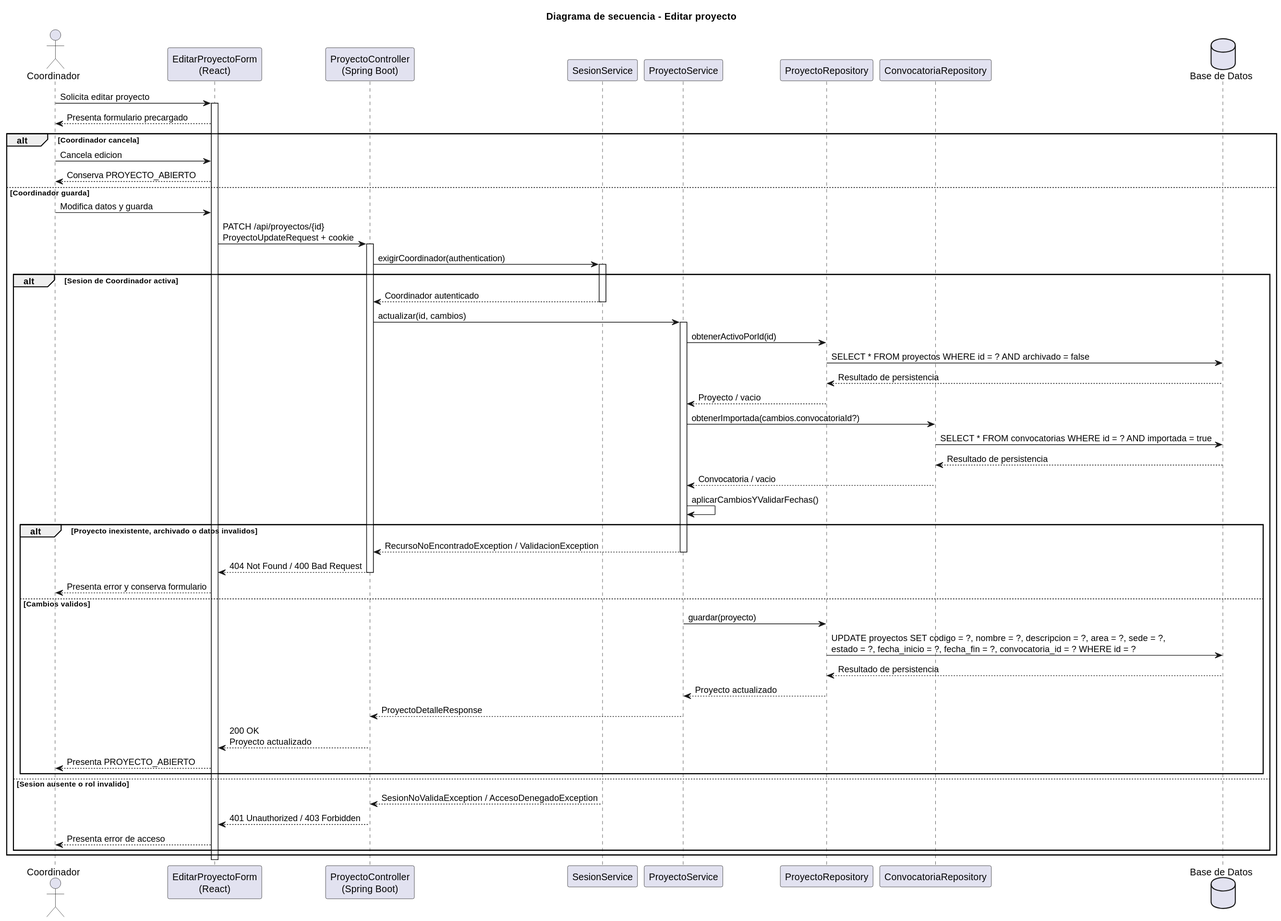
Above: images/RUP/02-diseño/casos-uso/coordinador/editarProyecto/secuencia.svg in beatriizorozco/25-26-idsw2-sdVC (PlantUML), before the change.
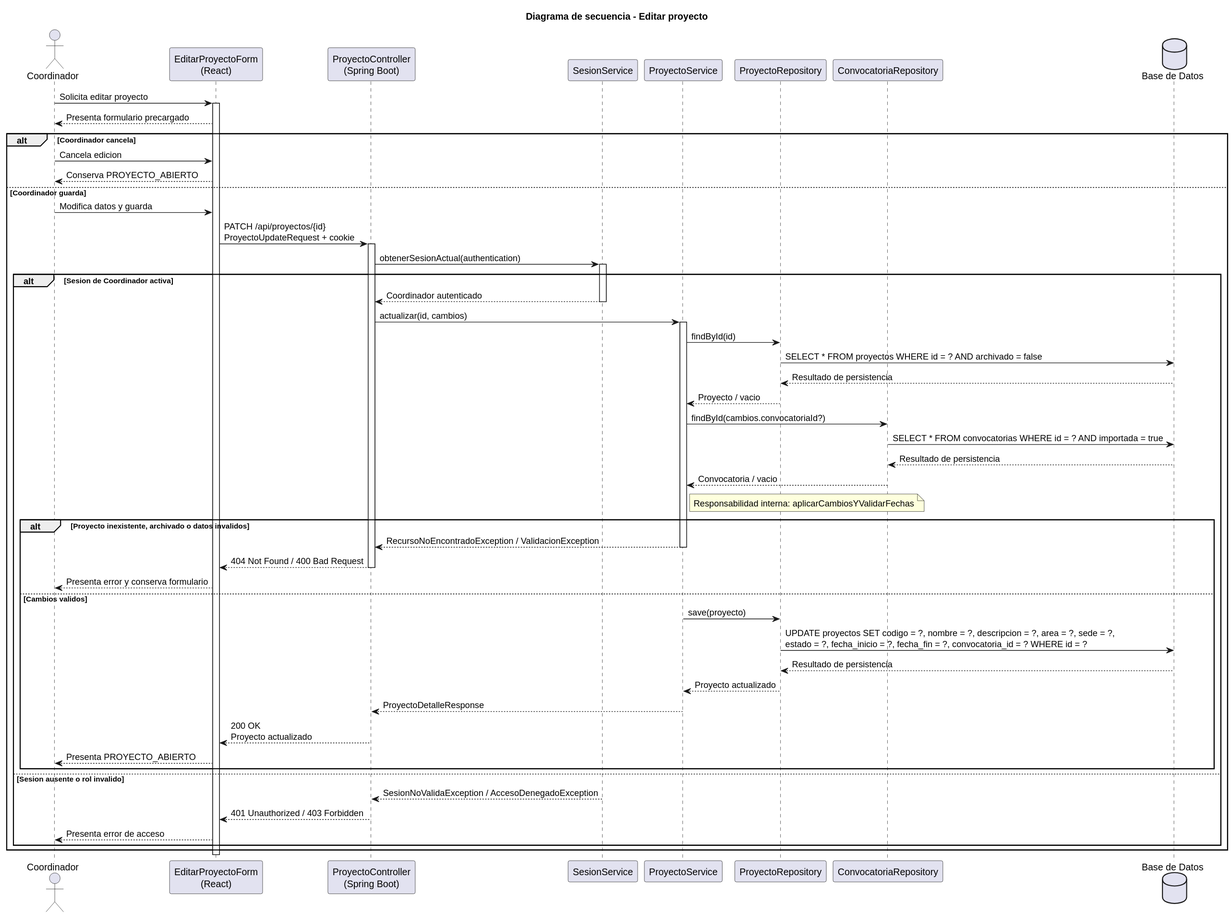
Above is the later version.

What changed in the source:
```diff
@@ -20,22 +20,22 @@
     Coordinador -> Frontend: Modifica datos y guarda
     Frontend -> Api: PATCH /api/proyectos/{id}\nProyectoUpdateRequest + cookie
     activate Api
-    Api -> Sesion: exigirCoordinador(authentication)
+    Api -> Sesion: obtenerSesionActual(authentication)
     activate Sesion
     alt Sesion de Coordinador activa
         Sesion --> Api: Coordinador autenticado
         deactivate Sesion
         Api -> Service: actualizar(id, cambios)
         activate Service
-        Service -> Repo: obtenerActivoPorId(id)
+        Service -> Repo: findById(id)
         Repo -> DB: SELECT * FROM proyectos WHERE id = ? AND archivado = false
         DB --> Repo: Resultado de persistencia
         Repo --> Service: Proyecto / vacio
-        Service -> ConvocatoriaRepo: obtenerImportada(cambios.convocatoriaId?)
+        Service -> ConvocatoriaRepo: findById(cambios.convocatoriaId?)
         ConvocatoriaRepo -> DB: SELECT * FROM convocatorias WHERE id = ? AND importada = true
         DB --> ConvocatoriaRepo: Resultado de persistencia
         ConvocatoriaRepo --> Service: Convocatoria / vacio
-        Service -> Service: aplicarCambiosYValidarFechas()
+note right of Service: Responsabilidad interna: aplicarCambiosYValidarFechas
         alt Proyecto inexistente, archivado o datos invalidos
             Service --> Api: RecursoNoEncontradoException / ValidacionException
             deactivate Service
@@ -43,7 +43,7 @@
             deactivate Api
             Frontend --> Coordinador: Presenta error y conserva formulario
         else Cambios validos
-            Service -> Repo: guardar(proyecto)
+            Service -> Repo: save(proyecto)
         Repo -> DB: UPDATE proyectos SET codigo = ?, nombre = ?, descripcion = ?, area = ?, sede = ?,\nestado = ?, fecha_inicio = ?, fecha_fin = ?, convocatoria_id = ? WHERE id = ?
             DB --> Repo: Resultado de persistencia
             Repo --> Service: Proyecto actualizado
```
